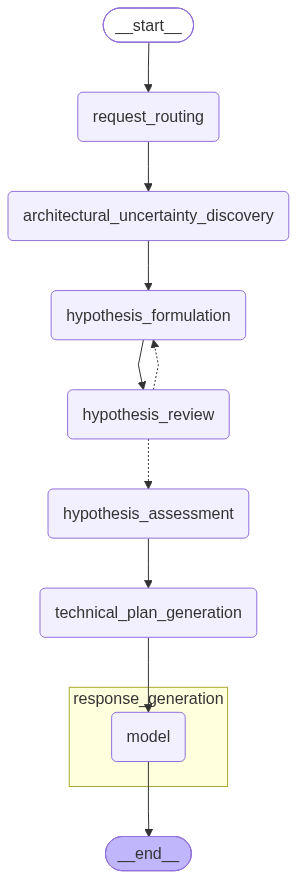
archhypo-ai/archflow-solo keeps this Mermaid diagram as docs/architecture/archhypo-flow-agent.png. Above is the earlier version. Its source is kept beside it as docs/architecture/archhypo-flow-agent.mmd.
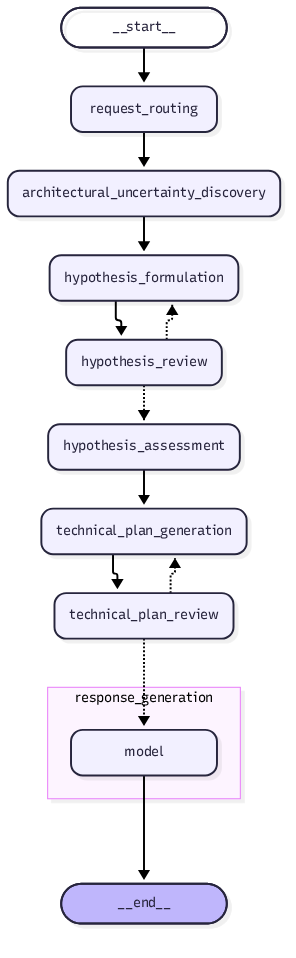
The same diagram one commit later.

Change to the diagram source:
```diff
@@ -11,6 +11,7 @@
 	hypothesis_assessment(hypothesis_assessment)
 	hypothesis_review(hypothesis_review)
 	technical_plan_generation(technical_plan_generation)
+	technical_plan_review(technical_plan_review)
 	__end__([<p>__end__</p>]):::last
 	__start__ --> request_routing;
 	architectural_uncertainty_discovery --> hypothesis_formulation;
@@ -19,7 +20,9 @@
 	hypothesis_review -.-> hypothesis_assessment;
 	hypothesis_review -.-> hypothesis_formulation;
 	request_routing --> architectural_uncertainty_discovery;
-	technical_plan_generation --> response_generation\3amodel;
+	technical_plan_generation --> technical_plan_review;
+	technical_plan_review -.-> response_generation\3amodel;
+	technical_plan_review -.-> technical_plan_generation;
 	response_generation\3amodel --> __end__;
 	subgraph response_generation
 	response_generation\3amodel(model)
```
